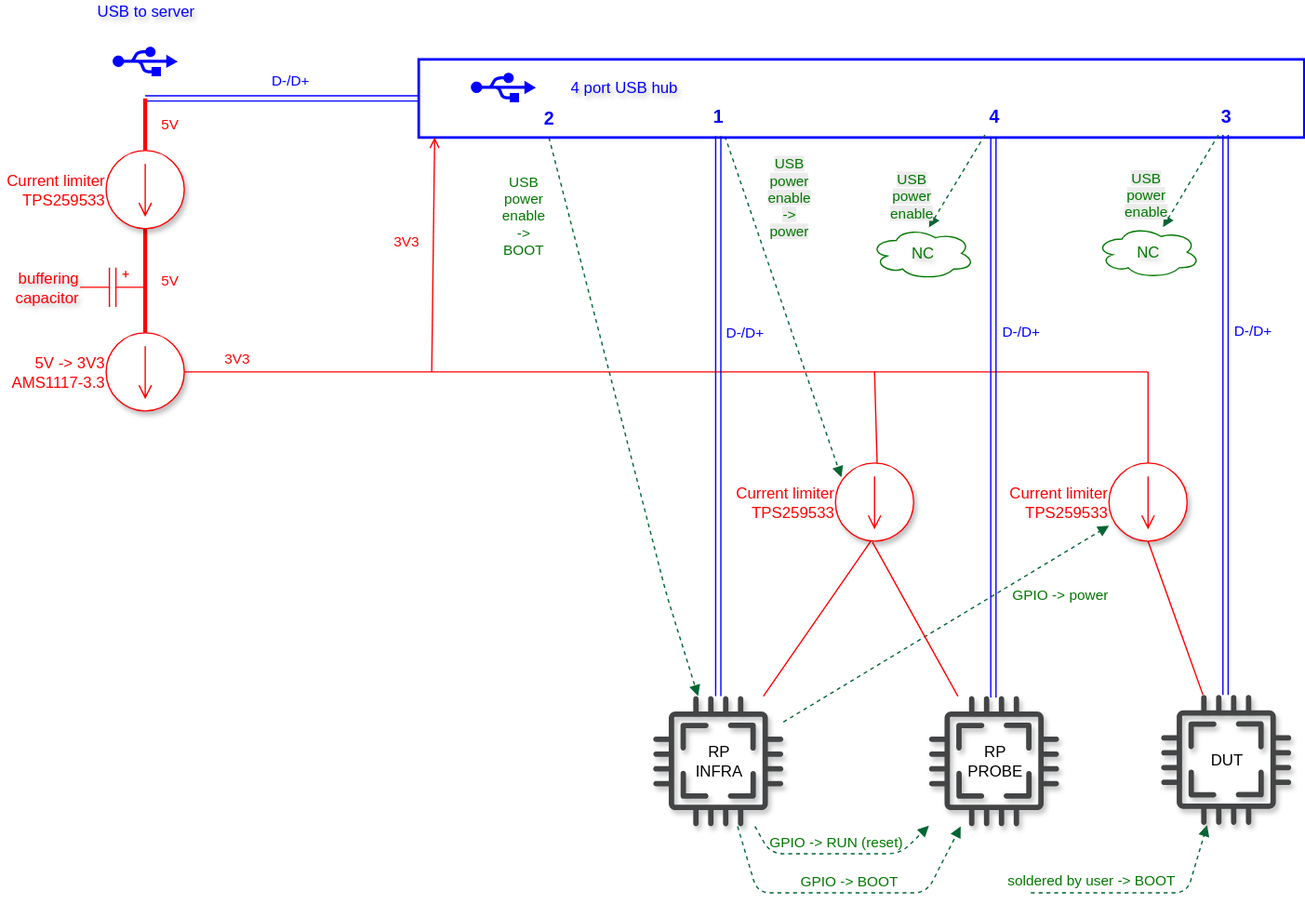
The draw.io diagram docs/tentacle_v0.5_images/block_diagram_power.drawio.svg in octoprobe/octohub4, before a commit. Source tidied: cells renumbered, new cells last; positions are measured from the earlier drawing's top-left corner, leaving out a move shared by most shapes.
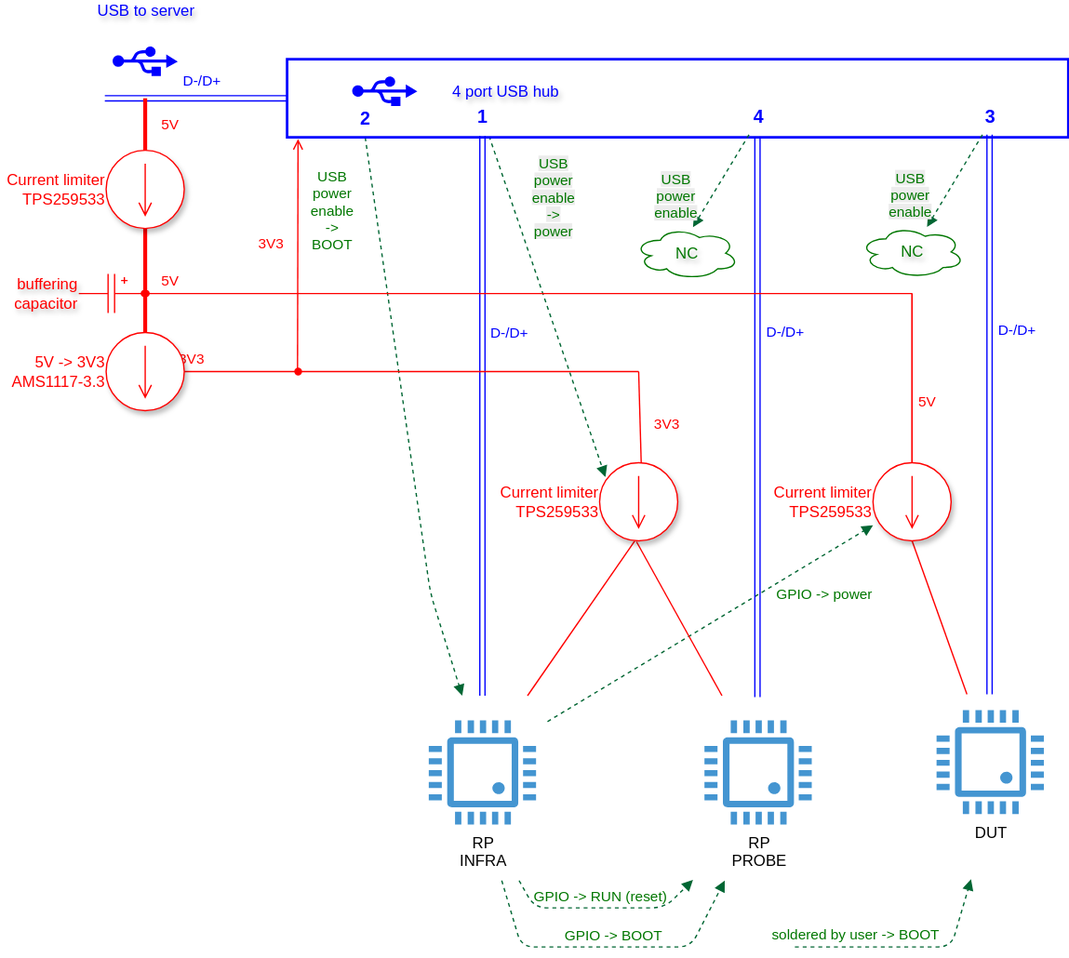
The same diagram one commit later.

What changed in the source:
```diff
@@ -7,9 +7,9 @@
     </mxCell>
-    <mxCell id="3" value="3V3" style="endArrow=none;html=1;strokeColor=#FF0000;fontColor=#FF0000;labelBackgroundColor=none;entryX=1;entryY=0.5;entryDx=0;entryDy=0;entryPerimeter=0;" parent="1" edge="1" target="11">
-      <mxGeometry x="0.89" y="-10" relative="1" as="geometry">
-        <mxPoint x="820" y="250" as="sourcePoint" />
-      </mxGeometry>
+    <mxCell id="3" value="3V3" style="endArrow=none;html=1;strokeColor=#FF0000;fontColor=#FF0000;labelBackgroundColor=none;entryX=1;entryY=0.5;entryDx=0;entryDy=0;entryPerimeter=0;" parent="1" edge="1" source="49" target="11">
+      <mxGeometry x="0.89" y="-10" relative="1" as="geometry" />
     </mxCell>
-    <mxCell id="4" style="endArrow=none;html=1;entryX=0.5;entryY=1;entryDx=0;entryDy=0;strokeColor=#FF0000;entryPerimeter=0;" parent="1" edge="1" source="13" target="41">
-      <mxGeometry relative="1" as="geometry" />
+    <mxCell id="4" style="endArrow=none;html=1;entryX=0.5;entryY=1;entryDx=0;entryDy=0;strokeColor=#FF0000;entryPerimeter=0;" parent="1" edge="1" target="41">
+      <mxGeometry relative="1" as="geometry">
+        <mxPoint x="862.1" y="498" as="sourcePoint" />
+      </mxGeometry>
     </mxCell>
@@ -18,4 +18,6 @@
     </mxCell>
-    <mxCell id="6" style="endArrow=block;html=1;strokeColor=#006633;endFill=1;dashed=1;fontColor=#007700;labelBackgroundColor=none;" parent="1" edge="1" source="12" target="41">
-      <mxGeometry relative="1" as="geometry" />
+    <mxCell id="6" style="endArrow=block;html=1;strokeColor=#006633;endFill=1;dashed=1;fontColor=#007700;labelBackgroundColor=none;" parent="1" edge="1" target="41">
+      <mxGeometry relative="1" as="geometry">
+        <mxPoint x="540" y="518.8" as="sourcePoint" />
+      </mxGeometry>
     </mxCell>
@@ -26,7 +28,9 @@
     </mxCell>
-    <mxCell id="8" style="endArrow=block;html=1;strokeColor=#006633;endFill=1;dashed=1;fontColor=#007700;labelBackgroundColor=none;" parent="1" edge="1" source="12" target="14">
+    <mxCell id="8" style="endArrow=block;html=1;strokeColor=#006633;endFill=1;dashed=1;fontColor=#007700;labelBackgroundColor=none;" parent="1" edge="1">
       <mxGeometry relative="1" as="geometry">
+        <mxPoint x="518.2" y="641" as="sourcePoint" />
+        <mxPoint x="651.7" y="640.5" as="targetPoint" />
         <Array as="points">
-          <mxPoint x="530" y="620" />
-          <mxPoint x="630" y="620" />
+          <mxPoint x="530" y="662" />
+          <mxPoint x="630" y="662" />
         </Array>
@@ -41,3 +45,3 @@
       <mxGeometry x="-0.06" y="-14" relative="1" as="geometry">
-        <mxPoint x="50" y="40" as="targetPoint" />
+        <mxPoint x="200" y="40" as="targetPoint" />
       </mxGeometry>
@@ -45,15 +49,7 @@
     <mxCell id="11" value="&amp;nbsp;5V -&amp;gt; 3V3&lt;br&gt;&amp;nbsp;AMS1117-3.3" style="verticalLabelPosition=middle;shadow=1;dashed=0;align=right;html=1;verticalAlign=middle;shape=mxgraph.electrical.signal_sources.source;points=[[0.5,0,0],[1,0.5,0],[0.5,1,0],[0,0.5,0]];elSignalType=dc2;strokeColor=#FF0000;fontColor=#FF0000;labelPosition=left;" parent="1" vertex="1">
-      <mxGeometry x="20" y="220" width="60" height="60" as="geometry" />
+      <mxGeometry x="201" y="220" width="60" height="60" as="geometry" />
     </mxCell>
-    <mxCell id="12" value="RP&lt;div&gt;INFRA&lt;/div&gt;" style="sketch=0;shadow=1;dashed=0;html=1;strokeColor=none;fillColor=#434445;labelPosition=center;verticalLabelPosition=middle;verticalAlign=middle;align=center;outlineConnect=0;shape=mxgraph.vvd.cpu;" parent="1" vertex="1">
-      <mxGeometry x="440" y="499" width="100" height="100" as="geometry" />
-    </mxCell>
-    <mxCell id="13" value="DUT" style="sketch=0;shadow=1;dashed=0;html=1;strokeColor=none;fillColor=#434445;labelPosition=center;verticalLabelPosition=middle;verticalAlign=middle;align=center;outlineConnect=0;shape=mxgraph.vvd.cpu;" parent="1" vertex="1">
-      <mxGeometry x="830" y="498" width="100" height="100" as="geometry" />
-    </mxCell>
-    <mxCell id="14" value="RP&lt;div&gt;PROBE&lt;/div&gt;" style="sketch=0;shadow=1;dashed=0;html=1;strokeColor=none;fillColor=#434445;labelPosition=center;verticalLabelPosition=middle;verticalAlign=middle;align=center;outlineConnect=0;shape=mxgraph.vvd.cpu;" parent="1" vertex="1">
-      <mxGeometry x="651.7" y="499" width="100" height="100" as="geometry" />
-    </mxCell>
-    <mxCell id="15" value="USB&lt;br&gt;power&lt;br&gt;enable&lt;div&gt;-&amp;gt;&lt;br&gt;BOOT&lt;/div&gt;" style="endArrow=block;html=1;strokeColor=#006633;endFill=1;dashed=1;fontColor=#007700;labelBackgroundColor=none;align=center;exitX=0.5;exitY=1;exitDx=0;exitDy=0;" parent="1" edge="1" source="24" target="12">
+    <mxCell id="15" value="USB&lt;br&gt;power&lt;br&gt;enable&lt;div&gt;-&amp;gt;&lt;br&gt;BOOT&lt;/div&gt;" style="endArrow=block;html=1;strokeColor=#006633;endFill=1;dashed=1;fontColor=#007700;labelBackgroundColor=none;align=center;exitX=0.5;exitY=1;exitDx=0;exitDy=0;" parent="1" edge="1" source="24">
       <mxGeometry x="-0.76" y="-34" relative="1" as="geometry">
+        <mxPoint x="474.5" y="499" as="targetPoint" />
         <Array as="points">
@@ -64,9 +60,11 @@
     <mxCell id="16" value="USB to server" style="sketch=0;shadow=0;dashed=0;html=1;strokeColor=none;labelPosition=center;verticalLabelPosition=top;verticalAlign=bottom;align=center;fillColor=#0000FF;shape=mxgraph.mscae.enterprise.usb;fontColor=#0000FF;textShadow=1;spacing=10;spacingBottom=10;spacingTop=10;" parent="1" vertex="1">
-      <mxGeometry x="25" width="50" height="23" as="geometry" />
+      <mxGeometry x="206" width="50" height="23" as="geometry" />
     </mxCell>
-    <mxCell id="17" style="endArrow=block;html=1;strokeColor=#006633;endFill=1;dashed=1;fontColor=#007700;labelBackgroundColor=none;" parent="1" edge="1" source="12" target="14">
+    <mxCell id="17" style="endArrow=block;html=1;strokeColor=#006633;endFill=1;dashed=1;fontColor=#007700;labelBackgroundColor=none;" parent="1" edge="1">
       <mxGeometry relative="1" as="geometry">
+        <mxPoint x="504.9" y="641" as="sourcePoint" />
+        <mxPoint x="676.1" y="641" as="targetPoint" />
         <Array as="points">
-          <mxPoint x="520" y="650" />
-          <mxPoint x="650" y="650" />
+          <mxPoint x="520" y="692" />
+          <mxPoint x="650" y="692" />
         </Array>
@@ -79,7 +77,8 @@
     </mxCell>
-    <mxCell id="19" style="endArrow=block;html=1;strokeColor=#006633;endFill=1;dashed=1;fontColor=#007700;labelBackgroundColor=none;" parent="1" edge="1" target="13">
+    <mxCell id="19" style="endArrow=block;html=1;strokeColor=#006633;endFill=1;dashed=1;fontColor=#007700;labelBackgroundColor=none;" parent="1" edge="1">
       <mxGeometry relative="1" as="geometry">
-        <mxPoint x="730" y="650" as="sourcePoint" />
+        <mxPoint x="730" y="692" as="sourcePoint" />
+        <mxPoint x="865.3" y="640" as="targetPoint" />
         <Array as="points">
-          <mxPoint x="850" y="650" />
+          <mxPoint x="850" y="692" />
         </Array>
@@ -93,6 +92,6 @@
     <mxCell id="21" style="rounded=0;whiteSpace=wrap;html=1;strokeWidth=2;strokeColor=#0000FF;" parent="1" vertex="1">
-      <mxGeometry x="260" y="10" width="680" height="60" as="geometry" />
+      <mxGeometry x="340" y="10" width="600" height="60" as="geometry" />
     </mxCell>
     <mxCell id="22" value="&amp;nbsp;&amp;nbsp;&lt;span style=&quot;background-color: transparent; color: light-dark(rgb(0, 0, 255), rgb(205, 205, 255));&quot;&gt;4 port USB hub&lt;/span&gt;" style="sketch=0;shadow=0;dashed=0;html=1;strokeColor=none;labelPosition=right;verticalLabelPosition=middle;verticalAlign=middle;align=left;fillColor=#0000FF;shape=mxgraph.mscae.enterprise.usb;fontColor=#0000FF;textShadow=1;spacingTop=10;spacing=0;spacingLeft=20;spacingBottom=10;spacingRight=0;" parent="1" vertex="1">
-      <mxGeometry x="300" y="20" width="50" height="23" as="geometry" />
+      <mxGeometry x="390" y="23" width="50" height="23" as="geometry" />
     </mxCell>
@@ -102,3 +101,3 @@
     <mxCell id="24" value="2" style="text;html=1;align=center;verticalAlign=middle;whiteSpace=wrap;rounded=0;spacing=0;fontStyle=1;fontSize=14;fontColor=#0000FF;" parent="1" vertex="1">
-      <mxGeometry x="330" y="40" width="60" height="30" as="geometry" />
+      <mxGeometry x="370" y="40" width="60" height="30" as="geometry" />
     </mxCell>
@@ -110,4 +109,6 @@
     </mxCell>
-    <mxCell id="27" value="D-/D+" style="endArrow=none;html=1;strokeColor=#0000FF;shape=link;fontColor=#0000FF;labelBackgroundColor=none;entryX=0.5;entryY=1;entryDx=0;entryDy=0;" parent="1" edge="1" source="12" target="23">
-      <mxGeometry x="0.3" y="-20" relative="1" as="geometry" />
+    <mxCell id="27" value="D-/D+" style="endArrow=none;html=1;strokeColor=#0000FF;shape=link;fontColor=#0000FF;labelBackgroundColor=none;entryX=0.5;entryY=1;entryDx=0;entryDy=0;" parent="1" edge="1" target="23">
+      <mxGeometry x="0.3" y="-20" relative="1" as="geometry">
+        <mxPoint x="490" y="499" as="sourcePoint" />
+      </mxGeometry>
     </mxCell>
@@ -144,3 +145,3 @@
       <mxGeometry relative="1" as="geometry">
-        <mxPoint x="820" y="250" as="targetPoint" />
+        <mxPoint x="820" y="190" as="targetPoint" />
       </mxGeometry>
@@ -152,7 +153,14 @@
     </mxCell>
+    <mxCell id="45" value="3V3" style="edgeLabel;html=1;align=center;verticalAlign=middle;fontColor=#FF0000;" parent="35" vertex="1">
+      <mxGeometry x="-0.27" y="-1" relative="1" as="geometry">
+        <mxPoint x="18" y="-5" as="offset" />
+      </mxGeometry>
+    </mxCell>
-    <mxCell id="36" style="endArrow=none;html=1;strokeColor=#FF0000;fontColor=#FF0000;labelBackgroundColor=none;entryX=0.45;entryY=1.003;entryDx=0;entryDy=0;entryPerimeter=0;" parent="1" edge="1" source="12" target="44">
-      <mxGeometry relative="1" as="geometry" />
+    <mxCell id="36" style="endArrow=none;html=1;strokeColor=#FF0000;fontColor=#FF0000;labelBackgroundColor=none;entryX=0.45;entryY=1.003;entryDx=0;entryDy=0;entryPerimeter=0;" parent="1" edge="1" target="44">
+      <mxGeometry relative="1" as="geometry">
+        <mxPoint x="524.7" y="499" as="sourcePoint" />
+      </mxGeometry>
     </mxCell>
     <mxCell id="37" value="&lt;span style=&quot;background-color: transparent; color: light-dark(rgb(255, 0, 0), rgb(255, 144, 144));&quot;&gt;buffering&lt;/span&gt;&lt;div&gt;capacitor&lt;/div&gt;" style="verticalLabelPosition=middle;shadow=0;dashed=0;align=right;html=1;verticalAlign=middle;shape=mxgraph.electrical.capacitors.capacitor_5;strokeColor=#FF0000;labelPosition=left;fontColor=#FF0000;flipH=1;textShadow=1;" parent="1" vertex="1">
-      <mxGeometry y="170" width="50" height="30" as="geometry" />
+      <mxGeometry x="180" y="175" width="50" height="30" as="geometry" />
     </mxCell>
@@ -162,3 +170,3 @@
     <mxCell id="39" value="&amp;nbsp;Current limiter&lt;br&gt;&amp;nbsp;TPS259533" style="verticalLabelPosition=middle;shadow=1;dashed=0;align=right;html=1;verticalAlign=middle;shape=mxgraph.electrical.signal_sources.source;points=[[0.5,0,0],[1,0.5,0],[0.5,1,0],[0,0.5,0]];elSignalType=dc2;strokeColor=#FF0000;fontColor=#FF0000;labelPosition=left;" parent="1" vertex="1">
-      <mxGeometry x="20" y="80" width="60" height="60" as="geometry" />
+      <mxGeometry x="201" y="80" width="60" height="60" as="geometry" />
     </mxCell>
@@ -166,4 +174,4 @@
       <mxGeometry y="-20" relative="1" as="geometry">
-        <mxPoint x="50" y="80" as="sourcePoint" />
-        <mxPoint x="50" y="40" as="targetPoint" />
+        <mxPoint x="231" y="80" as="sourcePoint" />
+        <mxPoint x="231" y="40" as="targetPoint" />
       </mxGeometry>
@@ -173,8 +181,10 @@
     </mxCell>
-    <mxCell id="42" style="endArrow=none;html=1;strokeColor=#FF0000;fontColor=#FF0000;labelBackgroundColor=none;entryX=0.473;entryY=1.012;entryDx=0;entryDy=0;entryPerimeter=0;" parent="1" edge="1" source="14" target="44">
-      <mxGeometry relative="1" as="geometry" />
+    <mxCell id="42" style="endArrow=none;html=1;strokeColor=#FF0000;fontColor=#FF0000;labelBackgroundColor=none;entryX=0.473;entryY=1.012;entryDx=0;entryDy=0;entryPerimeter=0;" parent="1" edge="1" target="44">
+      <mxGeometry relative="1" as="geometry">
+        <mxPoint x="674" y="499" as="sourcePoint" />
+      </mxGeometry>
     </mxCell>
-    <mxCell id="43" value="3V3" style="endArrow=open;html=1;strokeColor=#FF0000;fontColor=#FF0000;labelBackgroundColor=none;endFill=0;entryX=0.018;entryY=1;entryDx=0;entryDy=0;entryPerimeter=0;" parent="1" edge="1" target="21">
+    <mxCell id="43" value="3V3" style="endArrow=open;html=1;strokeColor=#FF0000;fontColor=#FF0000;labelBackgroundColor=none;endFill=0;entryX=0.014;entryY=1.022;entryDx=0;entryDy=0;entryPerimeter=0;" parent="1" edge="1" target="21">
       <mxGeometry x="0.11" y="21" relative="1" as="geometry">
-        <mxPoint x="270" y="250" as="sourcePoint" />
+        <mxPoint x="348" y="250" as="sourcePoint" />
       </mxGeometry>
@@ -184,2 +194,37 @@
     </mxCell>
+    <mxCell id="46" style="endArrow=none;html=1;strokeColor=#FF0000;fontColor=#FF0000;labelBackgroundColor=none;exitX=0.5;exitY=0;exitDx=0;exitDy=0;exitPerimeter=0;" parent="1" edge="1" source="41">
+      <mxGeometry relative="1" as="geometry">
+        <mxPoint x="820" y="190" as="targetPoint" />
+      </mxGeometry>
+    </mxCell>
+    <mxCell id="47" value="5V" style="edgeLabel;html=1;align=center;verticalAlign=middle;fontColor=#FF0000;" parent="46" vertex="1">
+      <mxGeometry x="-0.27" relative="1" as="geometry">
+        <mxPoint x="10" as="offset" />
+      </mxGeometry>
+    </mxCell>
+    <mxCell id="48" style="endArrow=none;html=1;strokeColor=#FF0000;fontColor=#FF0000;labelBackgroundColor=none;entryX=1;entryY=0.5;entryDx=0;entryDy=0;entryPerimeter=0;" parent="1" edge="1" target="49">
+      <mxGeometry x="0.89" y="-10" relative="1" as="geometry">
+        <mxPoint x="610" y="250" as="sourcePoint" />
+      </mxGeometry>
+    </mxCell>
+    <mxCell id="49" style="ellipse;whiteSpace=wrap;html=1;fillColor=#FF0000;strokeColor=#FF0000;" parent="1" vertex="1">
+      <mxGeometry x="346" y="247.5" width="5" height="5" as="geometry" />
+    </mxCell>
+    <mxCell id="50" style="endArrow=none;html=1;strokeColor=#FF0000;fontColor=#FF0000;labelBackgroundColor=none;" parent="1" edge="1" target="51">
+      <mxGeometry x="-0.01" y="-10" relative="1" as="geometry">
+        <mxPoint x="820" y="190" as="sourcePoint" />
+      </mxGeometry>
+    </mxCell>
+    <mxCell id="51" style="ellipse;whiteSpace=wrap;html=1;fillColor=#FF0000;strokeColor=#FF0000;" parent="1" vertex="1">
+      <mxGeometry x="228" y="187.5" width="6" height="5" as="geometry" />
+    </mxCell>
+    <mxCell id="12" value="RP&lt;div&gt;INFRA&lt;/div&gt;" style="shadow=0;dashed=0;html=1;strokeColor=none;fillColor=#4495D1;labelPosition=center;verticalLabelPosition=bottom;verticalAlign=top;align=center;outlineConnect=0;shape=mxgraph.veeam.cpu;" parent="1" vertex="1">
+      <mxGeometry x="448.8" y="518" width="82.4" height="80" as="geometry" />
+    </mxCell>
+    <mxCell id="14" value="RP&lt;div&gt;PROBE&lt;/div&gt;" style="shadow=0;dashed=0;html=1;strokeColor=none;fillColor=#4495D1;labelPosition=center;verticalLabelPosition=bottom;verticalAlign=top;align=center;outlineConnect=0;shape=mxgraph.veeam.cpu;" parent="1" vertex="1">
+      <mxGeometry x="660.5" y="518" width="82.4" height="80" as="geometry" />
+    </mxCell>
+    <mxCell id="13" value="DUT" style="shadow=0;dashed=0;html=1;strokeColor=none;fillColor=#4495D1;labelPosition=center;verticalLabelPosition=bottom;verticalAlign=top;align=center;outlineConnect=0;shape=mxgraph.veeam.cpu;" parent="1" vertex="1">
+      <mxGeometry x="838.8" y="510" width="82.4" height="80" as="geometry" />
+    </mxCell>
   </root>
```
